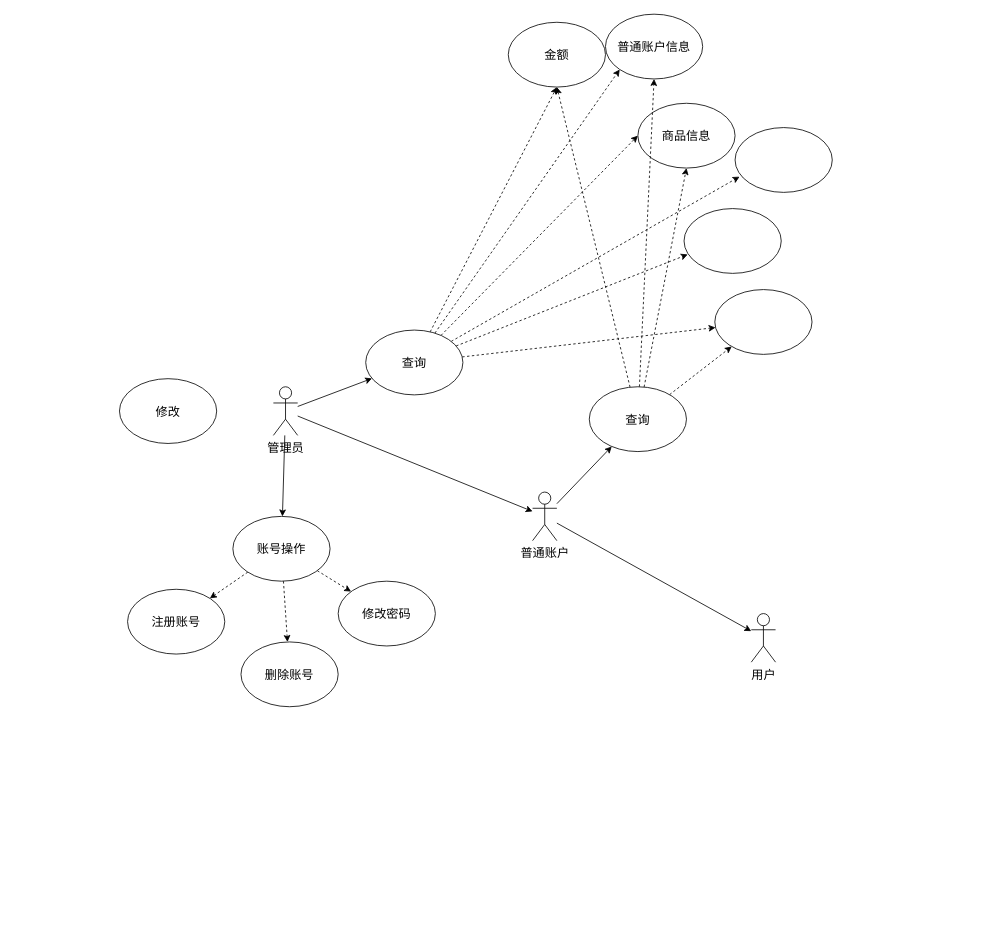
Before: page "第 3 页" (3 of 4) of img/毕业设计.drawio in JustinMa972/ImageHosting, a draw.io diagram. Source tidied: cells renumbered, new cells numbered last; positions are measured from the earlier drawing's top-left corner, leaving out a move shared by most shapes. Both pictures are drawn from the tidied source at 81%, with x=0, y=0 at pixel (119, 14).
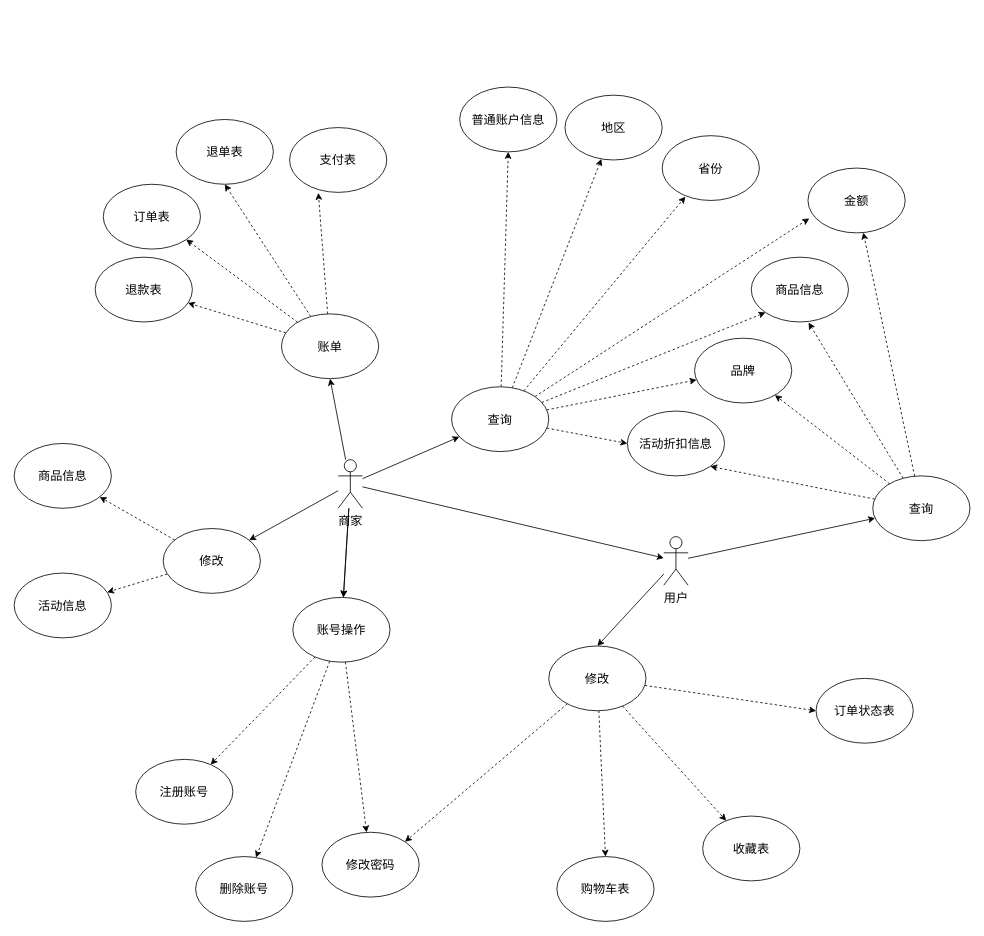
The same page after the edit.

Change to the diagram source:
```diff
@@
+    <mxCell id="36" style="edgeStyle=none;rounded=0;jettySize=auto;html=1;" parent="1" edge="1" source="5" target="13">
+      <mxGeometry relative="1" as="geometry" />
+    </mxCell>
+    <mxCell id="37" style="edgeStyle=none;rounded=0;jettySize=auto;html=1;" parent="1" edge="1" source="5" target="24">
+      <mxGeometry relative="1" as="geometry" />
+    </mxCell>
+    <mxCell id="38" style="edgeStyle=none;rounded=0;jettySize=auto;html=1;entryX=0.5;entryY=1;entryDx=0;entryDy=0;" parent="1" edge="1" source="5" target="50">
+      <mxGeometry relative="1" as="geometry" />
+    </mxCell>
-    <mxCell id="5" value="管理员" style="shape=umlActor;verticalLabelPosition=bottom;verticalAlign=top;html=1;outlineConnect=0;fontSize=15;" parent="1" vertex="1">
-      <mxGeometry x="190" y="460" width="30" height="60" as="geometry" />
+    <mxCell id="5" value="商家" style="shape=umlActor;verticalLabelPosition=bottom;verticalAlign=top;html=1;outlineConnect=0;fontSize=15;" parent="1" vertex="1">
+      <mxGeometry x="270" y="550" width="30" height="60" as="geometry" />
     </mxCell>
-    <mxCell id="6" style="edgeStyle=none;rounded=0;jettySize=auto;html=1;fontSize=15;fillColor=#FFFFFF;" parent="1" edge="1" source="8" target="9">
-      <mxGeometry relative="1" as="geometry" />
-    </mxCell>
@@
+    <mxCell id="39" style="edgeStyle=none;rounded=0;jettySize=auto;html=1;entryX=0.5;entryY=0;entryDx=0;entryDy=0;" parent="1" edge="1" source="8" target="55">
+      <mxGeometry relative="1" as="geometry" />
+    </mxCell>
-    <mxCell id="8" value="普通账户" style="shape=umlActor;verticalLabelPosition=bottom;verticalAlign=top;html=1;outlineConnect=0;fontSize=15;" parent="1" vertex="1">
-      <mxGeometry x="510" y="590" width="30" height="60" as="geometry" />
+    <mxCell id="8" value="用户" style="shape=umlActor;verticalLabelPosition=bottom;verticalAlign=top;html=1;outlineConnect=0;fontSize=15;" parent="1" vertex="1">
+      <mxGeometry x="672" y="645" width="30" height="60" as="geometry" />
     </mxCell>
-    <mxCell id="9" value="用户" style="shape=umlActor;verticalLabelPosition=bottom;verticalAlign=top;html=1;outlineConnect=0;fontSize=15;" parent="1" vertex="1">
-      <mxGeometry x="780" y="740" width="30" height="60" as="geometry" />
-    </mxCell>
@@
     <mxCell id="13" value="账号操作" style="ellipse;whiteSpace=wrap;html=1;fontSize=15;" parent="1" vertex="1">
-      <mxGeometry x="140" y="620" width="120" height="80" as="geometry" />
+      <mxGeometry x="214" y="720" width="120" height="80" as="geometry" />
     </mxCell>
     <mxCell id="14" value="注册账号" style="ellipse;whiteSpace=wrap;html=1;fontSize=15;" parent="1" vertex="1">
-      <mxGeometry x="10" y="710" width="120" height="80" as="geometry" />
+      <mxGeometry x="20" y="920" width="120" height="80" as="geometry" />
     </mxCell>
     <mxCell id="15" value="删除账号" style="ellipse;whiteSpace=wrap;html=1;fontSize=15;" parent="1" vertex="1">
-      <mxGeometry x="150" y="775" width="120" height="80" as="geometry" />
+      <mxGeometry x="94" y="1040" width="120" height="80" as="geometry" />
     </mxCell>
     <mxCell id="16" value="修改密码" style="ellipse;whiteSpace=wrap;html=1;fontSize=15;" parent="1" vertex="1">
-      <mxGeometry x="270" y="700" width="120" height="80" as="geometry" />
+      <mxGeometry x="250" y="1010" width="120" height="80" as="geometry" />
     </mxCell>
-    <mxCell id="17" style="edgeStyle=none;rounded=0;jettySize=auto;html=1;entryX=0.5;entryY=1;entryDx=0;entryDy=0;fontSize=15;fillColor=#FFFFFF;dashed=1;" parent="1" edge="1" source="23" target="26">
-      <mxGeometry relative="1" as="geometry" />
-    </mxCell>
+    <mxCell id="22" style="edgeStyle=none;rounded=0;jettySize=auto;html=1;fontSize=15;fillColor=#FFFFFF;dashed=1;" parent="1" edge="1" source="23" target="35">
+      <mxGeometry relative="1" as="geometry" />
+    </mxCell>
+    <mxCell id="40" style="edgeStyle=none;rounded=0;jettySize=auto;html=1;dashed=1;" parent="1" edge="1" source="23" target="45">
+      <mxGeometry relative="1" as="geometry" />
+    </mxCell>
-    <mxCell id="18" style="edgeStyle=none;rounded=0;jettySize=auto;html=1;entryX=0;entryY=1;entryDx=0;entryDy=0;fontSize=15;fillColor=#FFFFFF;dashed=1;" parent="1" edge="1" source="23" target="27">
+    <mxCell id="18" style="edgeStyle=none;rounded=0;jettySize=auto;html=1;entryX=0.5;entryY=1;entryDx=0;entryDy=0;dashed=1;" parent="1" edge="1" source="23" target="27">
       <mxGeometry relative="1" as="geometry" />
     </mxCell>
-    <mxCell id="19" style="edgeStyle=none;rounded=0;jettySize=auto;html=1;entryX=0;entryY=0.5;entryDx=0;entryDy=0;fontSize=15;fillColor=#FFFFFF;dashed=1;" parent="1" edge="1" source="23" target="25">
+    <mxCell id="19" style="edgeStyle=none;rounded=0;jettySize=auto;html=1;entryX=0;entryY=1;entryDx=0;entryDy=0;dashed=1;" parent="1" edge="1" source="23" target="25">
       <mxGeometry relative="1" as="geometry" />
     </mxCell>
+    <mxCell id="17" style="edgeStyle=none;rounded=0;jettySize=auto;html=1;entryX=0.013;entryY=0.777;entryDx=0;entryDy=0;entryPerimeter=0;dashed=1;" parent="1" edge="1" source="23" target="26">
+      <mxGeometry relative="1" as="geometry" />
+    </mxCell>
+    <mxCell id="21" style="edgeStyle=none;rounded=0;jettySize=auto;html=1;entryX=0.239;entryY=0.941;entryDx=0;entryDy=0;entryPerimeter=0;dashed=1;" parent="1" edge="1" source="23" target="34">
+      <mxGeometry relative="1" as="geometry" />
+    </mxCell>
-    <mxCell id="20" style="edgeStyle=none;rounded=0;jettySize=auto;html=1;entryX=0.046;entryY=0.758;entryDx=0;entryDy=0;entryPerimeter=0;fontSize=15;fillColor=#FFFFFF;dashed=1;" parent="1" edge="1" source="23" target="33">
+    <mxCell id="20" style="edgeStyle=none;rounded=0;jettySize=auto;html=1;entryX=0;entryY=0.5;entryDx=0;entryDy=0;dashed=1;" parent="1" edge="1" source="23" target="33">
       <mxGeometry relative="1" as="geometry" />
     </mxCell>
-    <mxCell id="21" style="edgeStyle=none;rounded=0;jettySize=auto;html=1;entryX=0.038;entryY=0.708;entryDx=0;entryDy=0;entryPerimeter=0;fontSize=15;fillColor=#FFFFFF;dashed=1;" parent="1" edge="1" source="23" target="34">
-      <mxGeometry relative="1" as="geometry" />
-    </mxCell>
-    <mxCell id="22" style="edgeStyle=none;rounded=0;jettySize=auto;html=1;fontSize=15;fillColor=#FFFFFF;dashed=1;" parent="1" edge="1" source="23" target="35">
-      <mxGeometry relative="1" as="geometry" />
-    </mxCell>
     <mxCell id="23" value="查询" style="ellipse;whiteSpace=wrap;html=1;fontSize=15;" parent="1" vertex="1">
-      <mxGeometry x="304" y="390" width="120" height="80" as="geometry" />
+      <mxGeometry x="410" y="460" width="120" height="80" as="geometry" />
     </mxCell>
+    <mxCell id="41" style="edgeStyle=none;rounded=0;jettySize=auto;html=1;dashed=1;" parent="1" edge="1" source="24" target="60">
+      <mxGeometry relative="1" as="geometry" />
+    </mxCell>
+    <mxCell id="42" style="edgeStyle=none;rounded=0;jettySize=auto;html=1;dashed=1;" parent="1" edge="1" source="24" target="61">
+      <mxGeometry relative="1" as="geometry" />
+    </mxCell>
     <mxCell id="24" value="修改" style="ellipse;whiteSpace=wrap;html=1;fontSize=15;" parent="1" vertex="1">
-      <mxGeometry y="450" width="120" height="80" as="geometry" />
+      <mxGeometry x="54" y="635" width="120" height="80" as="geometry" />
     </mxCell>
     <mxCell id="25" value="商品信息" style="ellipse;whiteSpace=wrap;html=1;fontSize=15;" parent="1" vertex="1">
-      <mxGeometry x="640" y="110" width="120" height="80" as="geometry" />
+      <mxGeometry x="780" y="300" width="120" height="80" as="geometry" />
     </mxCell>
-    <mxCell id="26" value="金额" style="ellipse;whiteSpace=wrap;html=1;fontSize=15;" parent="1" vertex="1">
-      <mxGeometry x="480" y="10" width="120" height="80" as="geometry" />
-    </mxCell>
     <mxCell id="27" value="普通账户信息" style="ellipse;whiteSpace=wrap;html=1;fontSize=15;" parent="1" vertex="1">
-      <mxGeometry x="600" width="120" height="80" as="geometry" />
+      <mxGeometry x="420" y="90" width="120" height="80" as="geometry" />
     </mxCell>
-    <mxCell id="28" style="edgeStyle=none;rounded=0;jettySize=auto;html=1;entryX=0.5;entryY=1;entryDx=0;entryDy=0;fontSize=15;fillColor=#FFFFFF;dashed=1;" parent="1" edge="1" source="32" target="26">
+    <mxCell id="28" style="edgeStyle=none;rounded=0;jettySize=auto;html=1;dashed=1;" parent="1" edge="1" source="32" target="26">
       <mxGeometry relative="1" as="geometry" />
     </mxCell>
-    <mxCell id="29" style="edgeStyle=none;rounded=0;jettySize=auto;html=1;entryX=0.5;entryY=1;entryDx=0;entryDy=0;fontSize=15;fillColor=#FFFFFF;dashed=1;" parent="1" edge="1" source="32" target="27">
-      <mxGeometry relative="1" as="geometry" />
-    </mxCell>
-    <mxCell id="30" style="edgeStyle=none;rounded=0;jettySize=auto;html=1;entryX=0.5;entryY=1;entryDx=0;entryDy=0;fontSize=15;fillColor=#FFFFFF;dashed=1;" parent="1" edge="1" source="32" target="25">
+    <mxCell id="30" style="edgeStyle=none;rounded=0;jettySize=auto;html=1;entryX=0.589;entryY=1.009;entryDx=0;entryDy=0;entryPerimeter=0;dashed=1;" parent="1" edge="1" source="32" target="25">
       <mxGeometry relative="1" as="geometry" />
     </mxCell>
-    <mxCell id="31" style="edgeStyle=none;rounded=0;jettySize=auto;html=1;dashed=1;fontSize=15;fillColor=#FFFFFF;" parent="1" edge="1" source="32" target="35">
-      <mxGeometry relative="1" as="geometry" />
-    </mxCell>
+    <mxCell id="43" style="edgeStyle=none;rounded=0;jettySize=auto;html=1;dashed=1;" parent="1" edge="1" source="32" target="45">
+      <mxGeometry relative="1" as="geometry" />
+    </mxCell>
+    <mxCell id="44" style="edgeStyle=none;rounded=0;jettySize=auto;html=1;entryX=1;entryY=1;entryDx=0;entryDy=0;dashed=1;" parent="1" edge="1" source="32" target="33">
+      <mxGeometry relative="1" as="geometry" />
+    </mxCell>
     <mxCell id="32" value="查询" style="ellipse;whiteSpace=wrap;html=1;fontSize=15;" parent="1" vertex="1">
-      <mxGeometry x="580" y="460" width="120" height="80" as="geometry" />
+      <mxGeometry x="930" y="570" width="120" height="80" as="geometry" />
     </mxCell>
-    <mxCell id="33" style="ellipse;whiteSpace=wrap;html=1;fontSize=15;" parent="1" vertex="1">
-      <mxGeometry x="760" y="140" width="120" height="80" as="geometry" />
+    <mxCell id="33" value="活动折扣信息" style="ellipse;whiteSpace=wrap;html=1;fontSize=15;" parent="1" vertex="1">
+      <mxGeometry x="627" y="490" width="120" height="80" as="geometry" />
     </mxCell>
-    <mxCell id="34" style="ellipse;whiteSpace=wrap;html=1;fontSize=15;" parent="1" vertex="1">
-      <mxGeometry x="697" y="240" width="120" height="80" as="geometry" />
+    <mxCell id="34" value="省份" style="ellipse;whiteSpace=wrap;html=1;fontSize=15;" parent="1" vertex="1">
+      <mxGeometry x="670" y="150" width="120" height="80" as="geometry" />
     </mxCell>
-    <mxCell id="35" style="ellipse;whiteSpace=wrap;html=1;fontSize=15;" parent="1" vertex="1">
-      <mxGeometry x="735" y="340" width="120" height="80" as="geometry" />
+    <mxCell id="35" value="地区" style="ellipse;whiteSpace=wrap;html=1;fontSize=15;" parent="1" vertex="1">
+      <mxGeometry x="550" y="100" width="120" height="80" as="geometry" />
     </mxCell>
+    <mxCell id="45" value="品牌" style="ellipse;whiteSpace=wrap;html=1;fontSize=15;" parent="1" vertex="1">
+      <mxGeometry x="710" y="400" width="120" height="80" as="geometry" />
+    </mxCell>
+    <mxCell id="46" style="edgeStyle=none;rounded=0;jettySize=auto;html=1;entryX=0.5;entryY=1;entryDx=0;entryDy=0;dashed=1;" parent="1" edge="1" source="50" target="57">
+      <mxGeometry relative="1" as="geometry" />
+    </mxCell>
+    <mxCell id="47" style="edgeStyle=none;rounded=0;jettySize=auto;html=1;entryX=0.296;entryY=1.009;entryDx=0;entryDy=0;entryPerimeter=0;dashed=1;" parent="1" edge="1" source="50" target="58">
+      <mxGeometry relative="1" as="geometry" />
+    </mxCell>
+    <mxCell id="48" style="edgeStyle=none;rounded=0;jettySize=auto;html=1;entryX=1;entryY=1;entryDx=0;entryDy=0;dashed=1;" parent="1" edge="1" source="50" target="56">
+      <mxGeometry relative="1" as="geometry" />
+    </mxCell>
+    <mxCell id="49" style="edgeStyle=none;rounded=0;jettySize=auto;html=1;dashed=1;" parent="1" edge="1" source="50" target="59">
+      <mxGeometry relative="1" as="geometry" />
+    </mxCell>
+    <mxCell id="50" value="账单" style="ellipse;whiteSpace=wrap;html=1;fontSize=15;" parent="1" vertex="1">
+      <mxGeometry x="200" y="370" width="120" height="80" as="geometry" />
+    </mxCell>
+    <mxCell id="51" style="edgeStyle=none;rounded=0;jettySize=auto;html=1;entryX=1;entryY=0;entryDx=0;entryDy=0;dashed=1;" parent="1" edge="1" source="55" target="16">
+      <mxGeometry relative="1" as="geometry" />
+    </mxCell>
+    <mxCell id="52" style="edgeStyle=none;rounded=0;jettySize=auto;html=1;entryX=0.5;entryY=0;entryDx=0;entryDy=0;dashed=1;" parent="1" edge="1" source="55" target="63">
+      <mxGeometry relative="1" as="geometry" />
+    </mxCell>
+    <mxCell id="53" style="edgeStyle=none;rounded=0;jettySize=auto;html=1;dashed=1;" parent="1" edge="1" source="55" target="64">
+      <mxGeometry relative="1" as="geometry" />
+    </mxCell>
+    <mxCell id="54" style="edgeStyle=none;rounded=0;jettySize=auto;html=1;entryX=0;entryY=0.5;entryDx=0;entryDy=0;dashed=1;" parent="1" edge="1" source="55" target="62">
+      <mxGeometry relative="1" as="geometry" />
+    </mxCell>
+    <mxCell id="55" value="修改" style="ellipse;whiteSpace=wrap;html=1;fontSize=15;" parent="1" vertex="1">
+      <mxGeometry x="530" y="780" width="120" height="80" as="geometry" />
+    </mxCell>
+    <mxCell id="56" value="订单表" style="ellipse;whiteSpace=wrap;html=1;fontSize=15;" parent="1" vertex="1">
+      <mxGeometry x="-20" y="210" width="120" height="80" as="geometry" />
+    </mxCell>
+    <mxCell id="57" value="退单表" style="ellipse;whiteSpace=wrap;html=1;fontSize=15;" parent="1" vertex="1">
+      <mxGeometry x="70" y="130" width="120" height="80" as="geometry" />
+    </mxCell>
+    <mxCell id="58" value="支付表" style="ellipse;whiteSpace=wrap;html=1;fontSize=15;" parent="1" vertex="1">
+      <mxGeometry x="210" y="140" width="120" height="80" as="geometry" />
+    </mxCell>
+    <mxCell id="59" value="退款表" style="ellipse;whiteSpace=wrap;html=1;fontSize=15;" parent="1" vertex="1">
+      <mxGeometry x="-30" y="300" width="120" height="80" as="geometry" />
+    </mxCell>
+    <mxCell id="26" value="金额" style="ellipse;whiteSpace=wrap;html=1;fontSize=15;" parent="1" vertex="1">
+      <mxGeometry x="850" y="190" width="120" height="80" as="geometry" />
+    </mxCell>
+    <mxCell id="60" value="商品信息" style="ellipse;whiteSpace=wrap;html=1;fontSize=15;" parent="1" vertex="1">
+      <mxGeometry x="-130" y="530" width="120" height="80" as="geometry" />
+    </mxCell>
+    <mxCell id="61" value="活动信息" style="ellipse;whiteSpace=wrap;html=1;fontSize=15;" parent="1" vertex="1">
+      <mxGeometry x="-130" y="690" width="120" height="80" as="geometry" />
+    </mxCell>
+    <mxCell id="62" value="订单状态表" style="ellipse;whiteSpace=wrap;html=1;fontSize=15;" parent="1" vertex="1">
+      <mxGeometry x="860" y="820" width="120" height="80" as="geometry" />
+    </mxCell>
+    <mxCell id="63" value="购物车表" style="ellipse;whiteSpace=wrap;html=1;fontSize=15;" parent="1" vertex="1">
+      <mxGeometry x="540" y="1040" width="120" height="80" as="geometry" />
+    </mxCell>
+    <mxCell id="64" value="收藏表" style="ellipse;whiteSpace=wrap;html=1;fontSize=15;" parent="1" vertex="1">
+      <mxGeometry x="720" y="990" width="120" height="80" as="geometry" />
+    </mxCell>
```
